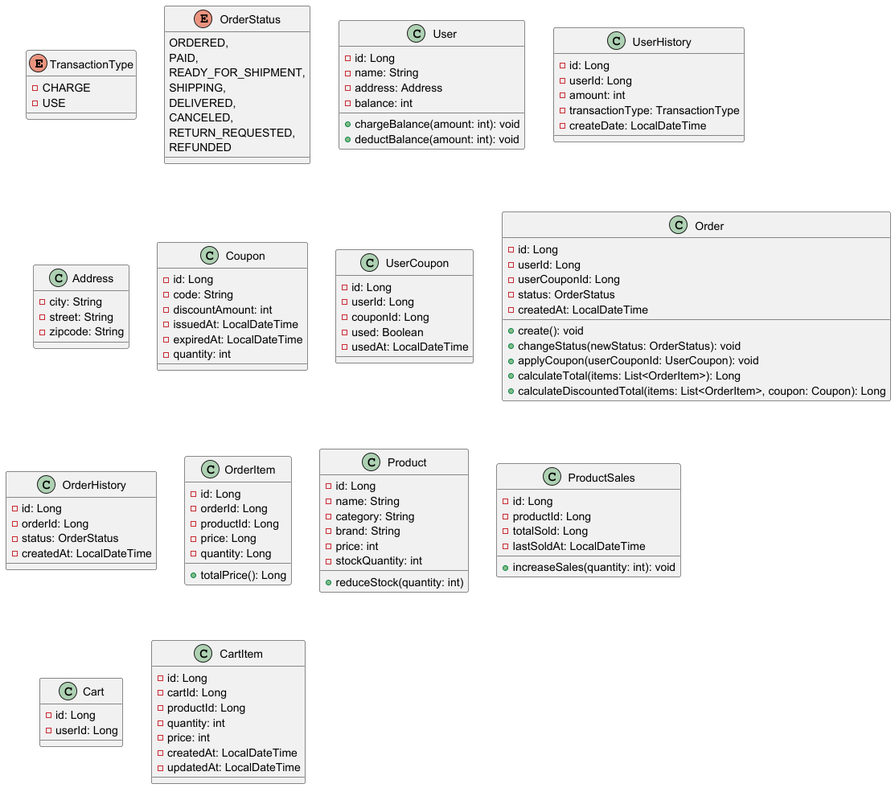
Before: docs/class-diagram/img/class-diagram.png, a diagram exported from PlantUML (honge7694/hdd-server-java). Its source is kept beside it as docs/class-diagram/class-diagram.puml.
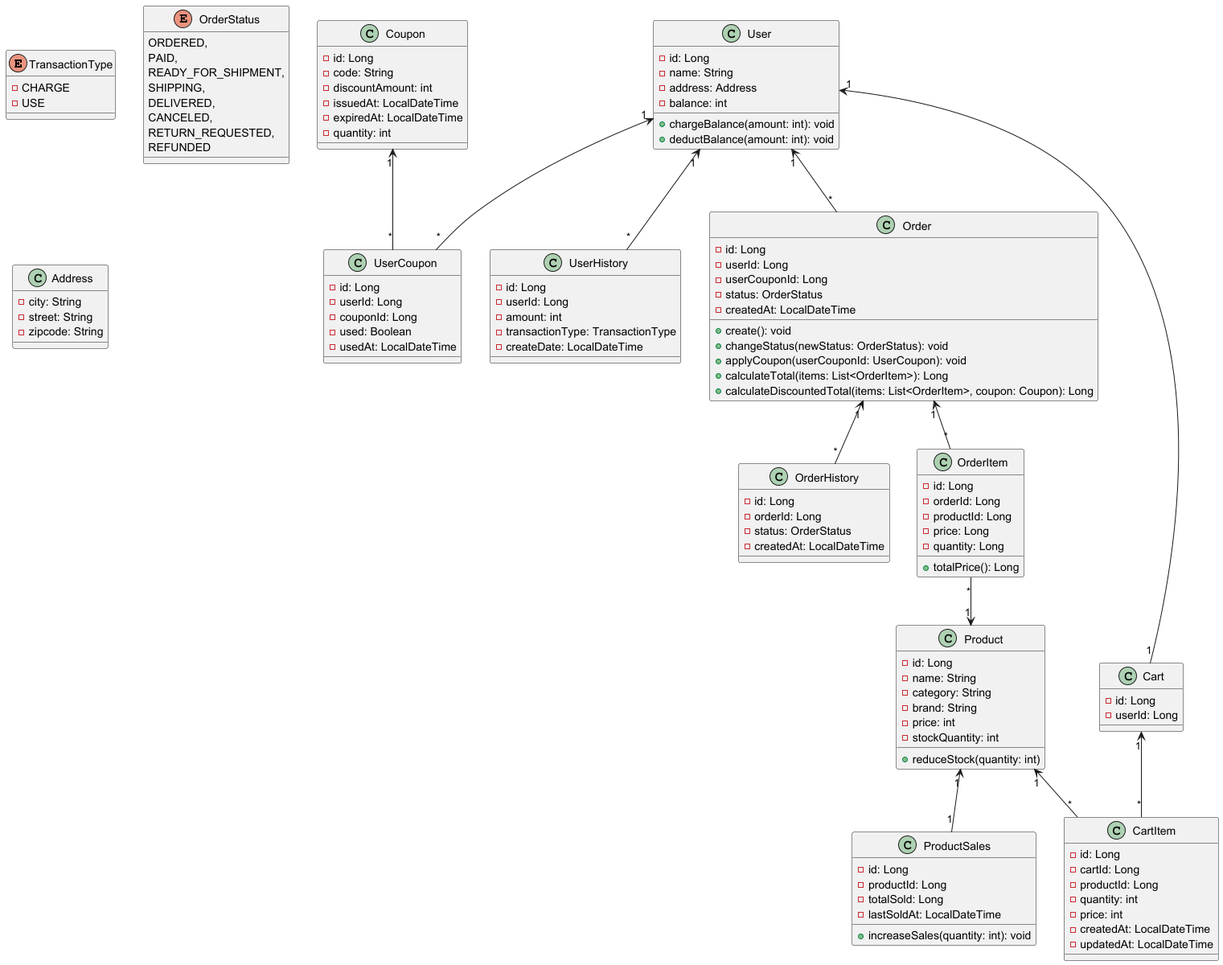
After the commit.

Commit message:
Class Diagram 2차 수정 - 관계 포시

Change to the diagram source:
```diff
@@ -118,4 +118,19 @@
     - updatedAt: LocalDateTime
 }
 
+User "1" <-- "*" UserHistory
+User "1" <-- "*" UserCoupon
+Coupon "1" <-- "*" UserCoupon
+
+User "1" <-- "*" Order
+Order "1" <-- "*" OrderItem
+OrderItem "*" --> "1" Product
+Order "1" <-- "*" OrderHistory
+
+Product "1" <-- "1" ProductSales
+
+User "1" <-- "1" Cart
+Cart "1" <-- "*" CartItem
+Product "1" <-- "*" CartItem
+
 @enduml
```
